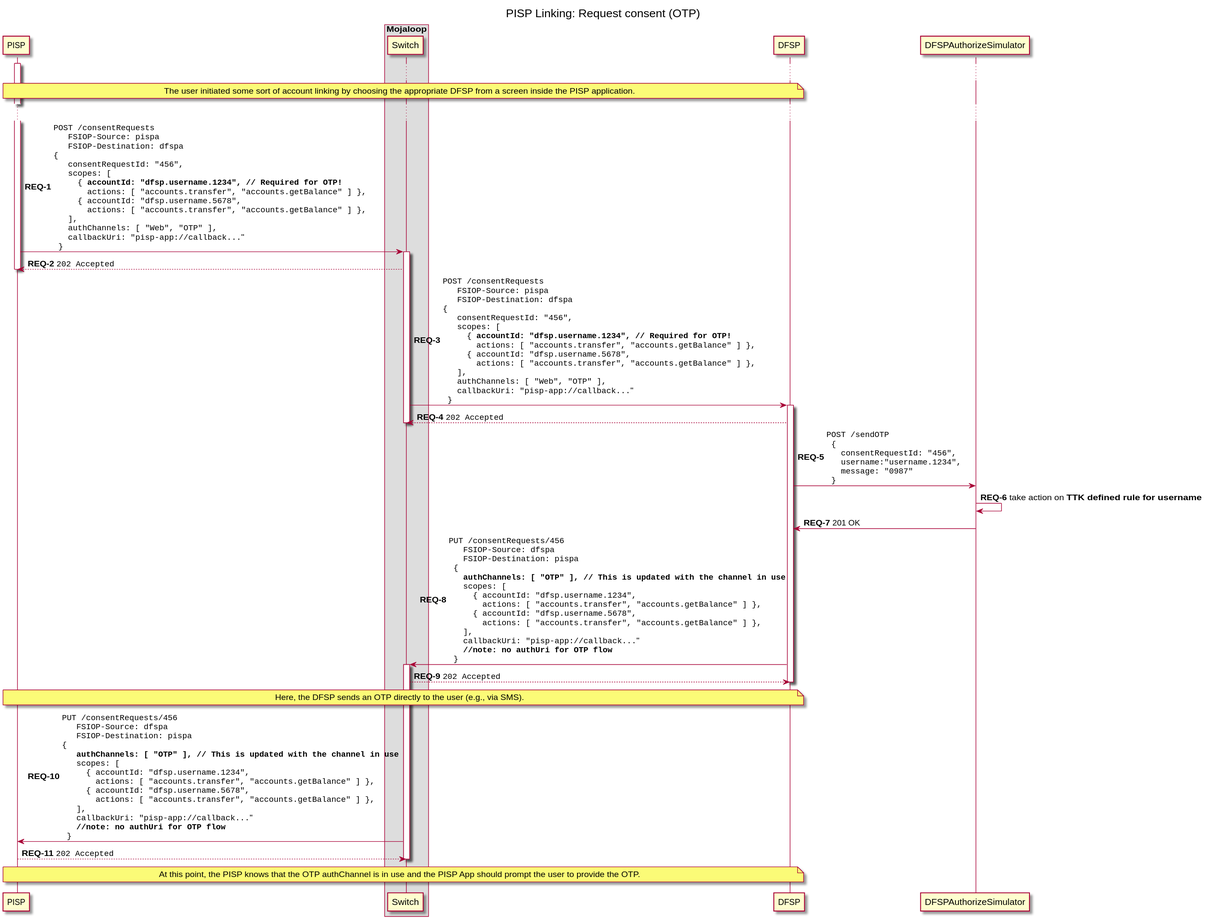
Above: docs/out/linking/2-request-consent-otp.svg in mojaloop/pisp-project (PlantUML), before the change. Its source is kept beside it as docs/linking/2-request-consent-otp.puml.
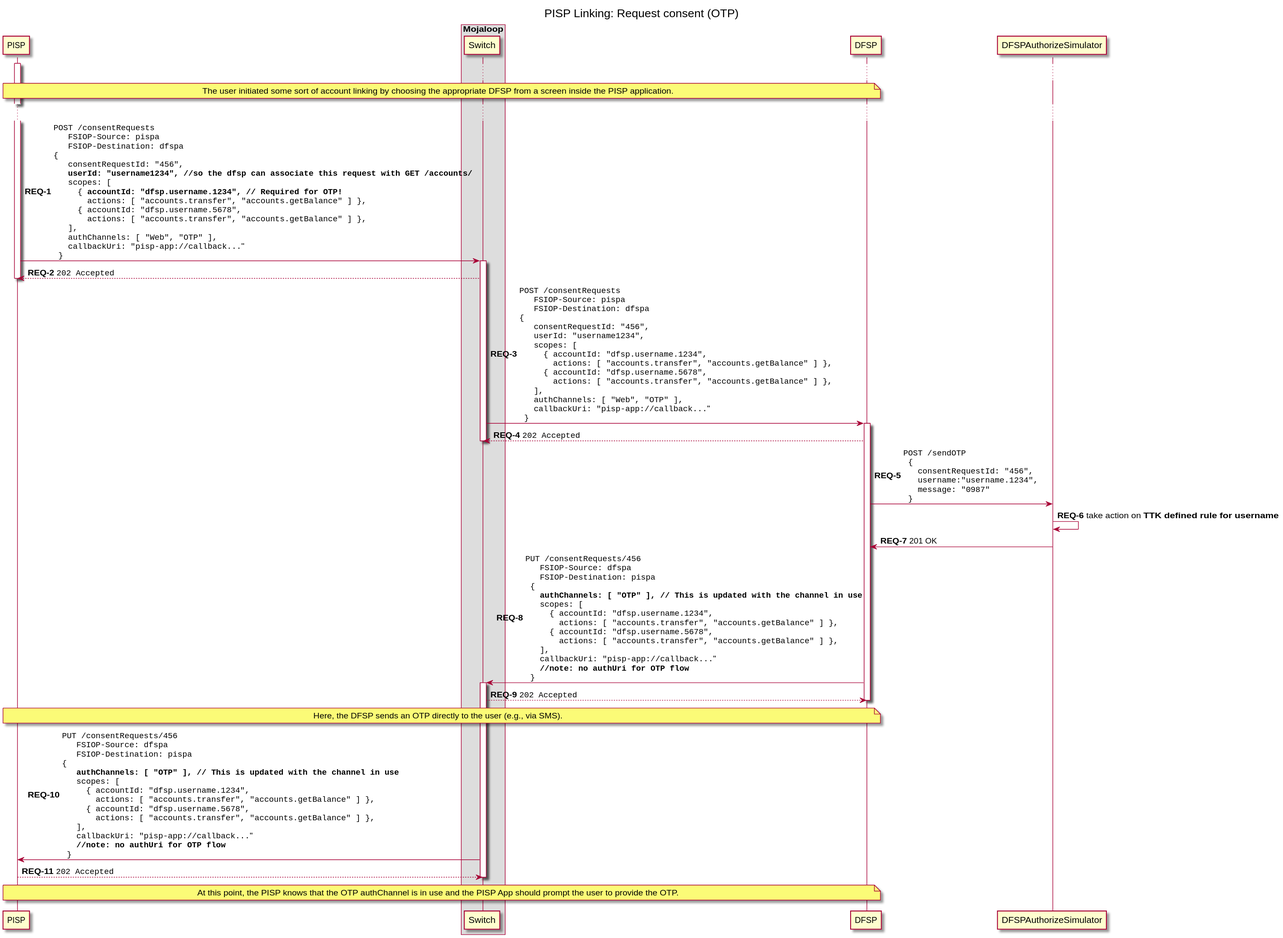
Above is the later version.

What changed in the source:
```diff
@@ -28,6 +28,7 @@
   ""  FSIOP-Destination: dfspa""\n\
 ""{""\n\
   ""  consentRequestId: "456",""\n\
+  ""  **userId: "username1234", //so the dfsp can associate this request with GET /accounts/**""\n\
   ""  scopes: [ ""\n\
   ""    { **accountId: "dfsp.username.1234", // Required for OTP!**""\n\
   ""      actions: [ "accounts.transfer", "accounts.getBalance" ] },""\n\
@@ -45,8 +46,9 @@
   ""  FSIOP-Destination: dfspa""\n\
 ""{""\n\
   ""  consentRequestId: "456",""\n\
+  ""  userId: "username1234",""\n\
   ""  scopes: [ ""\n\
-  ""    { **accountId: "dfsp.username.1234", // Required for OTP!**""\n\
+  ""    { accountId: "dfsp.username.1234",""\n\
   ""      actions: [ "accounts.transfer", "accounts.getBalance" ] },""\n\
   ""    { accountId: "dfsp.username.5678",""\n\
   ""      actions: [ "accounts.transfer", "accounts.getBalance" ] },""\n\
```
